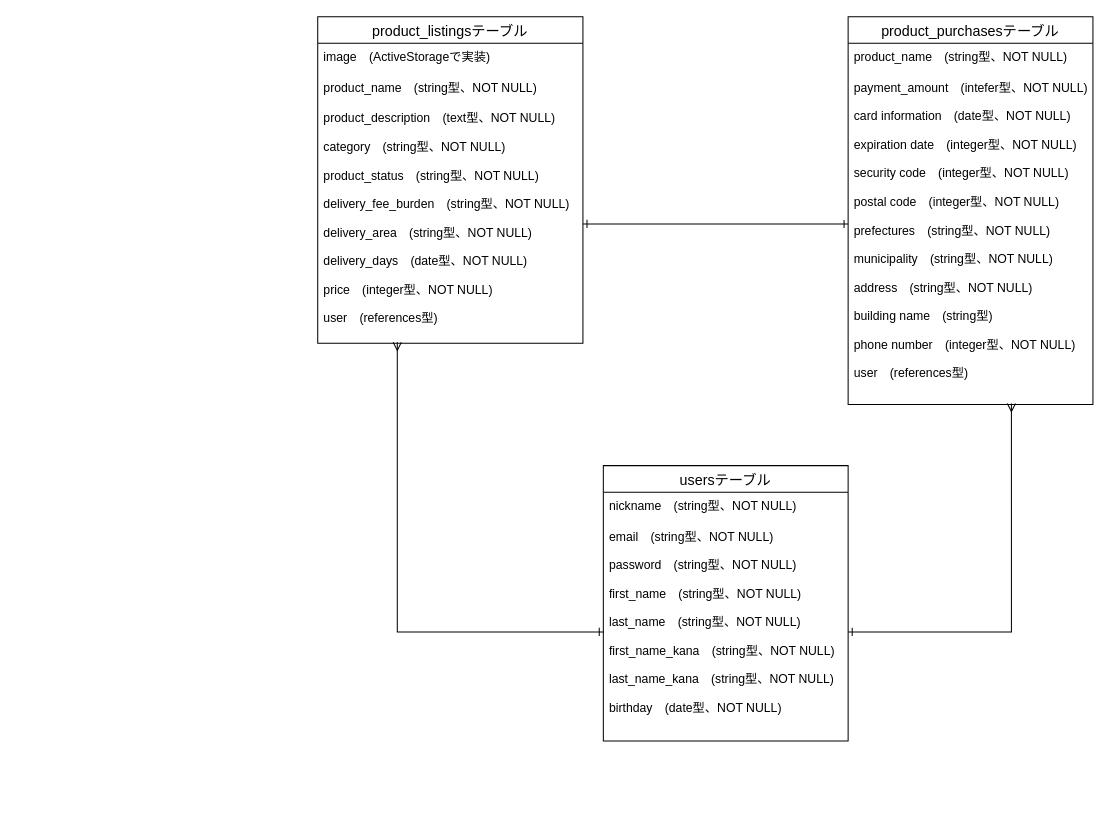
This is test.dio from Shunsuke1523/furima-34498, a draw.io file, before an edit. Source tidied: cells renumbered, new cells numbered last; positions are measured from the earlier drawing's top-left corner, leaving out a move shared by most shapes. Both pictures are drawn from the tidied source at 102%, with x=0, y=0 at pixel (317, 16).
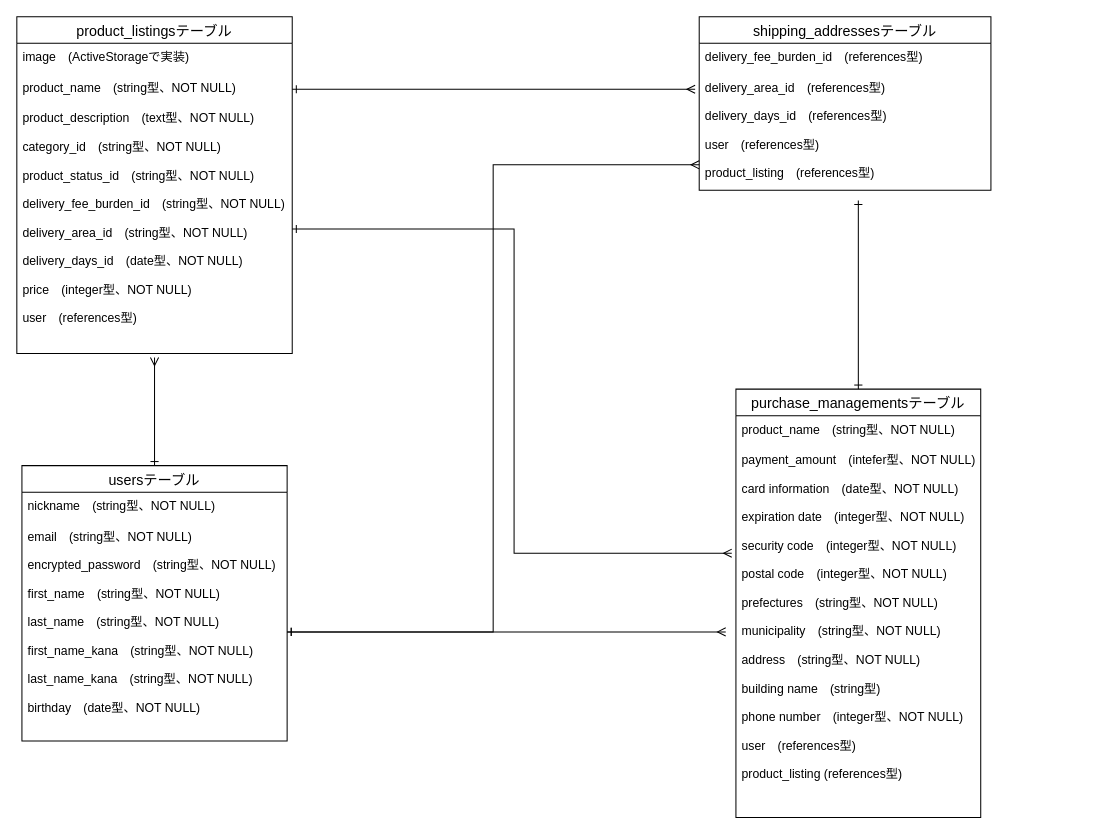
Above is the later version.

Commit message (it also covers changes not shown here):
データベース設計 (修正)

Diff of the diagram source:
```diff
@@
+    <mxCell id="15" style="edgeStyle=orthogonalEdgeStyle;rounded=0;jettySize=auto;html=1;endArrow=ERmany;endFill=0;startArrow=ERone;startFill=0;" parent="1" edge="1" source="2">
+      <mxGeometry relative="1" as="geometry">
+        <mxPoint x="-160" y="334" as="targetPoint" />
+        <Array as="points">
+          <mxPoint x="-160" y="380" />
+          <mxPoint x="-160" y="380" />
+        </Array>
+      </mxGeometry>
+    </mxCell>
     <mxCell id="2" value="usersテーブル" style="swimlane;fontStyle=0;horizontal=1;startSize=26;align=center;fontSize=14;" parent="1" vertex="1">
-      <mxGeometry x="280" y="440" width="240" height="270" as="geometry" />
+      <mxGeometry x="-290" y="440" width="260" height="270" as="geometry" />
     </mxCell>
     <mxCell id="3" value="nickname　(string型、NOT NULL)" style="text;strokeColor=none;fillColor=none;spacingLeft=4;spacingRight=4;overflow=hidden;fontSize=12;" parent="2" vertex="1">
-      <mxGeometry y="26" width="240" height="30" as="geometry" />
+      <mxGeometry y="26" width="260" height="30" as="geometry" />
     </mxCell>
-    <mxCell id="4" value="email　(string型、NOT NULL)&#10;&#10;password　(string型、NOT NULL)&#10;&#10;first_name　(string型、NOT NULL)&#10;&#10;last_name　(string型、NOT NULL)&#10;&#10;first_name_kana　(string型、NOT NULL)&#10;&#10;last_name_kana　(string型、NOT NULL)&#10;&#10;birthday　(date型、NOT NULL)&#10;&#10;&#10;" style="text;strokeColor=none;fillColor=none;spacingLeft=4;spacingRight=4;overflow=hidden;points=[[0,0.5],[1,0.5]];portConstraint=eastwest;fontSize=12;" parent="2" vertex="1">
-      <mxGeometry y="56" width="240" height="214" as="geometry" />
+    <mxCell id="4" value="email　(string型、NOT NULL)&#10;&#10;encrypted_password　(string型、NOT NULL)&#10;&#10;first_name　(string型、NOT NULL)&#10;&#10;last_name　(string型、NOT NULL)&#10;&#10;first_name_kana　(string型、NOT NULL)&#10;&#10;last_name_kana　(string型、NOT NULL)&#10;&#10;birthday　(date型、NOT NULL)&#10;&#10;&#10;" style="text;strokeColor=none;fillColor=none;spacingLeft=4;spacingRight=4;overflow=hidden;points=[[0,0.5],[1,0.5]];portConstraint=eastwest;fontSize=12;" parent="2" vertex="1">
+      <mxGeometry y="56" width="260" height="214" as="geometry" />
     </mxCell>
+    <mxCell id="16" style="edgeStyle=orthogonalEdgeStyle;rounded=0;jettySize=auto;html=1;startArrow=ERone;startFill=0;endArrow=ERone;endFill=0;" parent="1" edge="1" source="5">
+      <mxGeometry relative="1" as="geometry">
+        <mxPoint x="530" y="180" as="targetPoint" />
+      </mxGeometry>
+    </mxCell>
-    <mxCell id="5" value="product_purchasesテーブル" style="swimlane;fontStyle=0;horizontal=1;startSize=26;align=center;fontSize=14;" parent="1" vertex="1">
-      <mxGeometry x="520" width="240" height="380" as="geometry" />
+    <mxCell id="5" value="purchase_managementsテーブル" style="swimlane;fontStyle=0;horizontal=1;startSize=26;align=center;fontSize=14;" parent="1" vertex="1">
+      <mxGeometry x="410" y="365" width="240" height="420" as="geometry" />
     </mxCell>
@@
-    <mxCell id="7" value="payment_amount　(intefer型、NOT NULL)&#10;&#10;card information　(date型、NOT NULL)&#10;&#10;expiration date　(integer型、NOT NULL)&#10;&#10;security code　(integer型、NOT NULL)&#10;&#10;postal code　(integer型、NOT NULL)&#10;&#10;prefectures　(string型、NOT NULL)&#10;&#10;municipality　(string型、NOT NULL)&#10;&#10;address　(string型、NOT NULL)&#10;&#10;building name　(string型)&#10;&#10;phone number　(integer型、NOT NULL)&#10;&#10;user　(references型)&#10;&#10;&#10;&#10;&#10;&#10;&#10;&#10;&#10;&#10;&#10;&#10;&#10;&#10;&#10;&#10;&#10;&#10;&#10;&#10;&#10;" style="text;strokeColor=none;fillColor=none;spacingLeft=4;spacingRight=4;overflow=hidden;points=[[0,0.5],[1,0.5]];portConstraint=eastwest;fontSize=12;" parent="5" vertex="1">
-      <mxGeometry y="56" width="240" height="324" as="geometry" />
+    <mxCell id="7" value="payment_amount　(intefer型、NOT NULL)&#10;&#10;card information　(date型、NOT NULL)&#10;&#10;expiration date　(integer型、NOT NULL)&#10;&#10;security code　(integer型、NOT NULL)&#10;&#10;postal code　(integer型、NOT NULL)&#10;&#10;prefectures　(string型、NOT NULL)&#10;&#10;municipality　(string型、NOT NULL)&#10;&#10;address　(string型、NOT NULL)&#10;&#10;building name　(string型)&#10;&#10;phone number　(integer型、NOT NULL)&#10;&#10;user　(references型)&#10;&#10;product_listing (references型)&#10;&#10;&#10;&#10;&#10;&#10;&#10;&#10;&#10;&#10;&#10;&#10;&#10;&#10;&#10;&#10;&#10;&#10;&#10;&#10;&#10;" style="text;strokeColor=none;fillColor=none;spacingLeft=4;spacingRight=4;overflow=hidden;points=[[0,0.5],[1,0.5]];portConstraint=eastwest;fontSize=12;" parent="5" vertex="1">
+      <mxGeometry y="56" width="240" height="364" as="geometry" />
     </mxCell>
     <mxCell id="8" value="product_listingsテーブル" style="swimlane;fontStyle=0;horizontal=1;startSize=26;align=center;fontSize=14;" parent="1" vertex="1">
-      <mxGeometry width="260" height="320" as="geometry" />
+      <mxGeometry x="-295" width="270" height="330" as="geometry" />
     </mxCell>
     <mxCell id="9" value="image　(ActiveStorageで実装)" style="text;strokeColor=none;fillColor=none;spacingLeft=4;spacingRight=4;overflow=hidden;fontSize=12;" parent="8" vertex="1">
-      <mxGeometry y="26" width="260" height="30" as="geometry" />
+      <mxGeometry y="26" width="270" height="30" as="geometry" />
     </mxCell>
     <mxCell id="10" value="product_name　(string型、NOT NULL)" style="text;strokeColor=none;fillColor=none;spacingLeft=4;spacingRight=4;overflow=hidden;points=[[0,0.5],[1,0.5]];portConstraint=eastwest;fontSize=12;" parent="8" vertex="1">
-      <mxGeometry y="56" width="260" height="30" as="geometry" />
+      <mxGeometry y="56" width="270" height="30" as="geometry" />
     </mxCell>
-    <mxCell id="11" value="product_description　(text型、NOT NULL)&#10;&#10;category　(string型、NOT NULL)&#10;&#10;product_status　(string型、NOT NULL)&#10;&#10;delivery_fee_burden　(string型、NOT NULL)&#10;&#10;delivery_area　(string型、NOT NULL)&#10;&#10;delivery_days　(date型、NOT NULL)&#10;&#10;price　(integer型、NOT NULL)&#10;&#10;user　(references型)" style="text;strokeColor=none;fillColor=none;spacingLeft=4;spacingRight=4;overflow=hidden;points=[[0,0.5],[1,0.5]];portConstraint=eastwest;fontSize=12;" parent="8" vertex="1">
-      <mxGeometry y="86" width="260" height="234" as="geometry" />
+    <mxCell id="11" value="product_description　(text型、NOT NULL)&#10;&#10;category_id　(string型、NOT NULL)&#10;&#10;product_status_id　(string型、NOT NULL)&#10;&#10;delivery_fee_burden_id　(string型、NOT NULL)&#10;&#10;delivery_area_id　(string型、NOT NULL)&#10;&#10;delivery_days_id　(date型、NOT NULL)&#10;&#10;price　(integer型、NOT NULL)&#10;&#10;user　(references型)" style="text;strokeColor=none;fillColor=none;spacingLeft=4;spacingRight=4;overflow=hidden;points=[[0,0.5],[1,0.5]];portConstraint=eastwest;fontSize=12;" parent="8" vertex="1">
+      <mxGeometry y="86" width="270" height="244" as="geometry" />
     </mxCell>
+    <mxCell id="17" value="shipping_addressesテーブル" style="swimlane;fontStyle=0;horizontal=1;startSize=26;align=center;fontSize=14;" parent="1" vertex="1">
+      <mxGeometry x="374" width="286" height="170" as="geometry" />
+    </mxCell>
+    <mxCell id="18" value="delivery_fee_burden_id　(references型)&#10;" style="text;strokeColor=none;fillColor=none;spacingLeft=4;spacingRight=4;overflow=hidden;fontSize=12;" parent="17" vertex="1">
+      <mxGeometry y="26" width="286" height="30" as="geometry" />
+    </mxCell>
+    <mxCell id="19" value="delivery_area_id　(references型)&#10;&#10;delivery_days_id　(references型)&#10;&#10;user　(references型)&#10;&#10;product_listing　(references型)" style="text;strokeColor=none;fillColor=none;spacingLeft=4;spacingRight=4;overflow=hidden;points=[[0,0.5],[1,0.5]];portConstraint=eastwest;fontSize=12;" parent="17" vertex="1">
+      <mxGeometry y="56" width="286" height="114" as="geometry" />
+    </mxCell>
+    <mxCell id="20" style="edgeStyle=orthogonalEdgeStyle;rounded=0;jettySize=auto;html=1;startArrow=ERone;startFill=0;endArrow=ERmany;endFill=0;" parent="1" edge="1" source="4">
+      <mxGeometry relative="1" as="geometry">
+        <mxPoint x="400" y="603" as="targetPoint" />
+      </mxGeometry>
+    </mxCell>
+    <mxCell id="21" style="edgeStyle=orthogonalEdgeStyle;rounded=0;jettySize=auto;html=1;startArrow=ERone;startFill=0;endArrow=ERmany;endFill=0;entryX=0;entryY=0.781;entryDx=0;entryDy=0;entryPerimeter=0;" parent="1" edge="1" source="4" target="19">
+      <mxGeometry relative="1" as="geometry" />
+    </mxCell>
+    <mxCell id="22" style="edgeStyle=orthogonalEdgeStyle;rounded=0;jettySize=auto;html=1;startArrow=ERone;startFill=0;endArrow=ERmany;endFill=0;" parent="1" edge="1" source="10">
+      <mxGeometry relative="1" as="geometry">
+        <mxPoint x="370" y="71" as="targetPoint" />
+      </mxGeometry>
+    </mxCell>
-    <mxCell id="12" style="edgeStyle=orthogonalEdgeStyle;rounded=0;jettySize=auto;html=1;entryX=0;entryY=0.454;entryDx=0;entryDy=0;entryPerimeter=0;startArrow=ERone;startFill=0;endArrow=ERone;endFill=0;" parent="1" edge="1" source="11" target="7">
+    <mxCell id="12" style="edgeStyle=orthogonalEdgeStyle;rounded=0;jettySize=auto;html=1;entryX=-0.017;entryY=0.288;entryDx=0;entryDy=0;entryPerimeter=0;startArrow=ERone;startFill=0;endArrow=ERmany;endFill=0;" parent="1" edge="1" source="11" target="7">
       <mxGeometry relative="1" as="geometry" />
     </mxCell>
-    <mxCell id="13" style="edgeStyle=orthogonalEdgeStyle;rounded=0;jettySize=auto;html=1;startArrow=ERone;startFill=0;endArrow=ERmany;endFill=0;entryX=0.3;entryY=0.996;entryDx=0;entryDy=0;entryPerimeter=0;" parent="1" edge="1" source="4" target="11">
-      <mxGeometry relative="1" as="geometry" />
-    </mxCell>
-    <mxCell id="14" style="edgeStyle=orthogonalEdgeStyle;rounded=0;jettySize=auto;html=1;startArrow=ERone;startFill=0;endArrow=ERmany;endFill=0;entryX=0.667;entryY=0.997;entryDx=0;entryDy=0;entryPerimeter=0;" parent="1" edge="1" source="4" target="7">
-      <mxGeometry relative="1" as="geometry" />
-    </mxCell>
```
